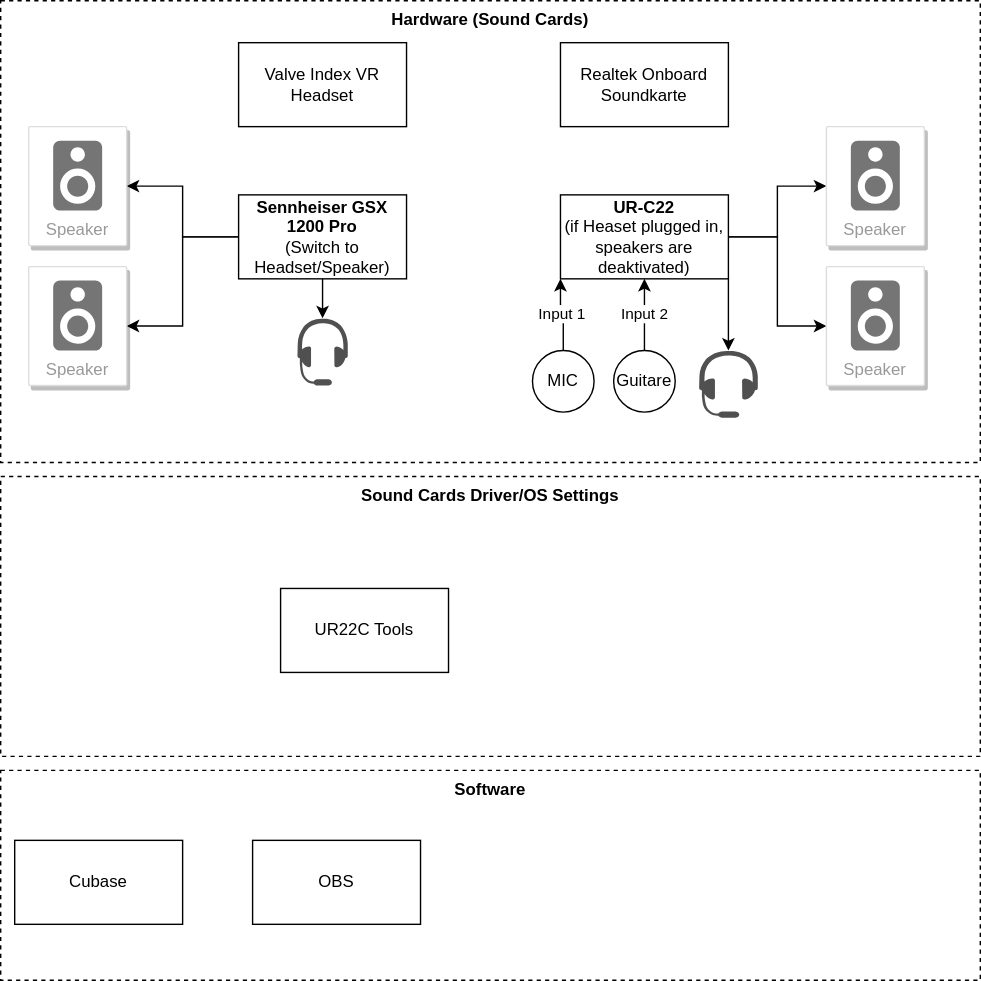
FullByte/FullByte.github.io keeps this draw.io diagram as docs/make/music/_pc-setup.drawio.svg. Above is the earlier version. Source tidied: cells renumbered, new cells last; positions are measured from the earlier drawing's top-left corner, leaving out a move shared by most shapes. Its diagram source:
```xml
<mxGraphModel>
  <root>
    <mxCell id="0" />
    <mxCell id="1" parent="0" />
    <mxCell id="2" value="Software" style="rounded=0;whiteSpace=wrap;html=1;dashed=1;verticalAlign=top;fontStyle=1;" parent="1" vertex="1">
      <mxGeometry y="550" width="700" height="150" as="geometry" />
    </mxCell>
    <mxCell id="3" value="Hardware (Sound Cards)" style="rounded=0;whiteSpace=wrap;html=1;dashed=1;verticalAlign=top;fontStyle=1;" parent="1" vertex="1">
      <mxGeometry width="700" height="330" as="geometry" />
    </mxCell>
    <mxCell id="4" style="edgeStyle=orthogonalEdgeStyle;rounded=0;jettySize=auto;html=1;entryX=0;entryY=0.5;entryDx=0;entryDy=0;" parent="1" edge="1" source="7" target="17">
      <mxGeometry relative="1" as="geometry" />
    </mxCell>
    <mxCell id="5" style="edgeStyle=orthogonalEdgeStyle;rounded=0;jettySize=auto;html=1;entryX=0;entryY=0.5;entryDx=0;entryDy=0;" parent="1" edge="1" source="7" target="19">
      <mxGeometry relative="1" as="geometry" />
    </mxCell>
    <mxCell id="6" style="edgeStyle=orthogonalEdgeStyle;rounded=0;jettySize=auto;html=1;exitX=1;exitY=1;exitDx=0;exitDy=0;" parent="1" edge="1" source="7" target="27">
      <mxGeometry relative="1" as="geometry" />
    </mxCell>
    <mxCell id="7" value="&lt;b&gt;UR-C22&lt;/b&gt;&lt;br&gt;(if Heaset plugged in, speakers are deaktivated)" style="rounded=0;whiteSpace=wrap;html=1;" parent="1" vertex="1">
      <mxGeometry x="400" y="138.8" width="120" height="60" as="geometry" />
    </mxCell>
    <mxCell id="8" style="edgeStyle=orthogonalEdgeStyle;rounded=0;jettySize=auto;html=1;entryX=1;entryY=0.5;entryDx=0;entryDy=0;" parent="1" edge="1" source="11" target="21">
      <mxGeometry relative="1" as="geometry" />
    </mxCell>
    <mxCell id="9" style="edgeStyle=orthogonalEdgeStyle;rounded=0;jettySize=auto;html=1;entryX=1;entryY=0.5;entryDx=0;entryDy=0;" parent="1" edge="1" source="11" target="23">
      <mxGeometry relative="1" as="geometry" />
    </mxCell>
    <mxCell id="10" style="edgeStyle=orthogonalEdgeStyle;rounded=0;jettySize=auto;html=1;" parent="1" edge="1" source="11" target="16">
      <mxGeometry relative="1" as="geometry" />
    </mxCell>
    <mxCell id="11" value="&lt;b&gt;Sennheiser GSX 1200 Pro&lt;/b&gt;&lt;br&gt;(Switch to Headset/Speaker)" style="rounded=0;whiteSpace=wrap;html=1;" parent="1" vertex="1">
      <mxGeometry x="170" y="138.8" width="120" height="60" as="geometry" />
    </mxCell>
    <mxCell id="12" value="Input 1" style="edgeStyle=orthogonalEdgeStyle;rounded=0;jettySize=auto;html=1;entryX=0;entryY=1;entryDx=0;entryDy=0;" parent="1" edge="1" source="13" target="7">
      <mxGeometry relative="1" as="geometry" />
    </mxCell>
    <mxCell id="13" value="MIC" style="ellipse;whiteSpace=wrap;html=1;" parent="1" vertex="1">
      <mxGeometry x="380" y="250" width="44" height="44" as="geometry" />
    </mxCell>
    <mxCell id="14" value="Input 2" style="edgeStyle=orthogonalEdgeStyle;rounded=0;jettySize=auto;html=1;entryX=0.5;entryY=1;entryDx=0;entryDy=0;" parent="1" edge="1" source="15" target="7">
      <mxGeometry relative="1" as="geometry" />
    </mxCell>
    <mxCell id="15" value="Guitare" style="ellipse;whiteSpace=wrap;html=1;" parent="1" vertex="1">
      <mxGeometry x="438" y="250" width="44" height="44" as="geometry" />
    </mxCell>
    <mxCell id="16" style="sketch=0;shadow=0;dashed=0;html=1;strokeColor=none;fillColor=#505050;labelPosition=center;verticalLabelPosition=bottom;verticalAlign=top;outlineConnect=0;align=center;shape=mxgraph.office.devices.headset;" parent="1" vertex="1">
      <mxGeometry x="212" y="227" width="36" height="48" as="geometry" />
    </mxCell>
    <mxCell id="17" value="Speaker" style="strokeColor=#dddddd;shadow=1;strokeWidth=1;rounded=1;absoluteArcSize=1;arcSize=2;labelPosition=center;verticalLabelPosition=middle;align=center;verticalAlign=bottom;spacingLeft=0;fontColor=#999999;fontSize=12;whiteSpace=wrap;spacingBottom=2;" parent="1" vertex="1">
      <mxGeometry x="590" y="190" width="70" height="85" as="geometry" />
    </mxCell>
    <mxCell id="18" style="sketch=0;dashed=0;html=1;fillColor=#757575;strokeColor=none;shape=mxgraph.gcp2.speaker;" parent="17" vertex="1">
      <mxGeometry x="0.5" width="35" height="50" relative="1" as="geometry">
        <mxPoint x="-17.5" y="10" as="offset" />
      </mxGeometry>
    </mxCell>
    <mxCell id="19" value="Speaker" style="strokeColor=#dddddd;shadow=1;strokeWidth=1;rounded=1;absoluteArcSize=1;arcSize=2;labelPosition=center;verticalLabelPosition=middle;align=center;verticalAlign=bottom;spacingLeft=0;fontColor=#999999;fontSize=12;whiteSpace=wrap;spacingBottom=2;" parent="1" vertex="1">
      <mxGeometry x="590" y="90" width="70" height="85" as="geometry" />
    </mxCell>
    <mxCell id="20" style="sketch=0;dashed=0;html=1;fillColor=#757575;strokeColor=none;shape=mxgraph.gcp2.speaker;" parent="19" vertex="1">
      <mxGeometry x="0.5" width="35" height="50" relative="1" as="geometry">
        <mxPoint x="-17.5" y="10" as="offset" />
      </mxGeometry>
    </mxCell>
    <mxCell id="21" value="Speaker" style="strokeColor=#dddddd;shadow=1;strokeWidth=1;rounded=1;absoluteArcSize=1;arcSize=2;labelPosition=center;verticalLabelPosition=middle;align=center;verticalAlign=bottom;spacingLeft=0;fontColor=#999999;fontSize=12;whiteSpace=wrap;spacingBottom=2;" parent="1" vertex="1">
      <mxGeometry x="20" y="190" width="70" height="85" as="geometry" />
    </mxCell>
    <mxCell id="22" style="sketch=0;dashed=0;html=1;fillColor=#757575;strokeColor=none;shape=mxgraph.gcp2.speaker;" parent="21" vertex="1">
      <mxGeometry x="0.5" width="35" height="50" relative="1" as="geometry">
        <mxPoint x="-17.5" y="10" as="offset" />
      </mxGeometry>
    </mxCell>
    <mxCell id="23" value="Speaker" style="strokeColor=#dddddd;shadow=1;strokeWidth=1;rounded=1;absoluteArcSize=1;arcSize=2;labelPosition=center;verticalLabelPosition=middle;align=center;verticalAlign=bottom;spacingLeft=0;fontColor=#999999;fontSize=12;whiteSpace=wrap;spacingBottom=2;" parent="1" vertex="1">
      <mxGeometry x="20" y="90" width="70" height="85" as="geometry" />
    </mxCell>
    <mxCell id="24" style="sketch=0;dashed=0;html=1;fillColor=#757575;strokeColor=none;shape=mxgraph.gcp2.speaker;" parent="23" vertex="1">
      <mxGeometry x="0.5" width="35" height="50" relative="1" as="geometry">
        <mxPoint x="-17.5" y="10" as="offset" />
      </mxGeometry>
    </mxCell>
    <mxCell id="25" value="Valve Index VR Headset" style="rounded=0;whiteSpace=wrap;html=1;" parent="1" vertex="1">
      <mxGeometry x="170" y="30" width="120" height="60" as="geometry" />
    </mxCell>
    <mxCell id="26" value="Realtek Onboard Soundkarte" style="rounded=0;whiteSpace=wrap;html=1;" parent="1" vertex="1">
      <mxGeometry x="400" y="30" width="120" height="60" as="geometry" />
    </mxCell>
    <mxCell id="27" style="sketch=0;shadow=0;dashed=0;html=1;strokeColor=none;fillColor=#505050;labelPosition=center;verticalLabelPosition=bottom;verticalAlign=top;outlineConnect=0;align=center;shape=mxgraph.office.devices.headset;" parent="1" vertex="1">
      <mxGeometry x="499" y="250" width="42" height="48" as="geometry" />
    </mxCell>
    <mxCell id="28" value="Cubase" style="rounded=0;whiteSpace=wrap;html=1;" parent="1" vertex="1">
      <mxGeometry x="10" y="600" width="120" height="60" as="geometry" />
    </mxCell>
    <mxCell id="29" value="OBS" style="rounded=0;whiteSpace=wrap;html=1;" parent="1" vertex="1">
      <mxGeometry x="180" y="600" width="120" height="60" as="geometry" />
    </mxCell>
    <mxCell id="30" value="Sound Cards Driver/OS Settings" style="rounded=0;whiteSpace=wrap;html=1;dashed=1;verticalAlign=top;fontStyle=1;" parent="1" vertex="1">
      <mxGeometry y="340" width="700" height="200" as="geometry" />
    </mxCell>
    <mxCell id="31" value="UR22C Tools" style="rounded=0;whiteSpace=wrap;html=1;" parent="1" vertex="1">
      <mxGeometry x="200" y="420" width="120" height="60" as="geometry" />
    </mxCell>
  </root>
</mxGraphModel>
```
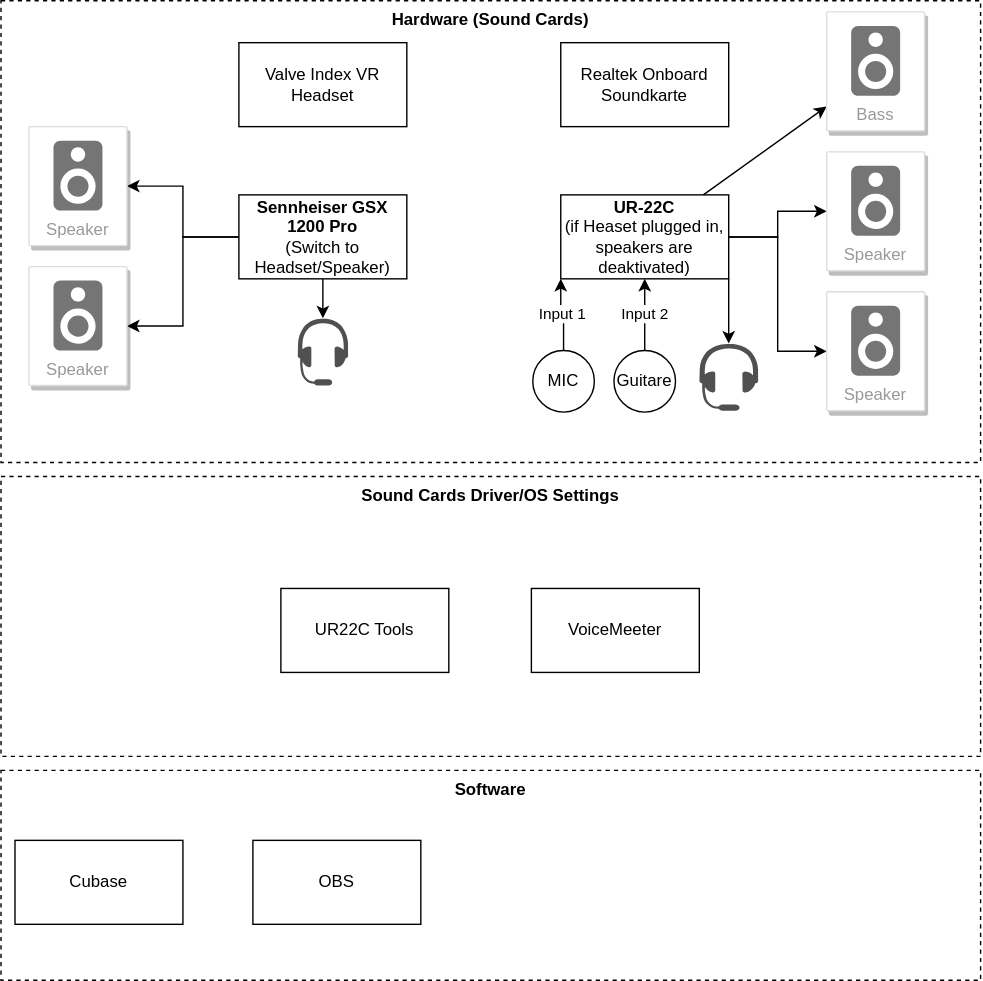
Above is the later version.

Diff of the diagram source:
```diff
@@ -17,7 +17,10 @@
     <mxCell id="6" style="edgeStyle=orthogonalEdgeStyle;rounded=0;jettySize=auto;html=1;exitX=1;exitY=1;exitDx=0;exitDy=0;" parent="1" edge="1" source="7" target="27">
       <mxGeometry relative="1" as="geometry" />
     </mxCell>
+    <mxCell id="32" style="edgeStyle=none;html=1;" parent="1" edge="1" source="7" target="33">
+      <mxGeometry relative="1" as="geometry" />
+    </mxCell>
-    <mxCell id="7" value="&lt;b&gt;UR-C22&lt;/b&gt;&lt;br&gt;(if Heaset plugged in, speakers are deaktivated)" style="rounded=0;whiteSpace=wrap;html=1;" parent="1" vertex="1">
+    <mxCell id="7" value="&lt;b&gt;UR-22C&lt;/b&gt;&lt;br&gt;(if Heaset plugged in, speakers are deaktivated)" style="rounded=0;whiteSpace=wrap;html=1;" parent="1" vertex="1">
       <mxGeometry x="400" y="138.8" width="120" height="60" as="geometry" />
     </mxCell>
     <mxCell id="8" style="edgeStyle=orthogonalEdgeStyle;rounded=0;jettySize=auto;html=1;entryX=1;entryY=0.5;entryDx=0;entryDy=0;" parent="1" edge="1" source="11" target="21">
@@ -48,7 +51,7 @@
       <mxGeometry x="212" y="227" width="36" height="48" as="geometry" />
     </mxCell>
     <mxCell id="17" value="Speaker" style="strokeColor=#dddddd;shadow=1;strokeWidth=1;rounded=1;absoluteArcSize=1;arcSize=2;labelPosition=center;verticalLabelPosition=middle;align=center;verticalAlign=bottom;spacingLeft=0;fontColor=#999999;fontSize=12;whiteSpace=wrap;spacingBottom=2;" parent="1" vertex="1">
-      <mxGeometry x="590" y="190" width="70" height="85" as="geometry" />
+      <mxGeometry x="590" y="208" width="70" height="85" as="geometry" />
     </mxCell>
     <mxCell id="18" style="sketch=0;dashed=0;html=1;fillColor=#757575;strokeColor=none;shape=mxgraph.gcp2.speaker;" parent="17" vertex="1">
       <mxGeometry x="0.5" width="35" height="50" relative="1" as="geometry">
@@ -56,7 +59,7 @@
       </mxGeometry>
     </mxCell>
     <mxCell id="19" value="Speaker" style="strokeColor=#dddddd;shadow=1;strokeWidth=1;rounded=1;absoluteArcSize=1;arcSize=2;labelPosition=center;verticalLabelPosition=middle;align=center;verticalAlign=bottom;spacingLeft=0;fontColor=#999999;fontSize=12;whiteSpace=wrap;spacingBottom=2;" parent="1" vertex="1">
-      <mxGeometry x="590" y="90" width="70" height="85" as="geometry" />
+      <mxGeometry x="590" y="108" width="70" height="85" as="geometry" />
     </mxCell>
     <mxCell id="20" style="sketch=0;dashed=0;html=1;fillColor=#757575;strokeColor=none;shape=mxgraph.gcp2.speaker;" parent="19" vertex="1">
       <mxGeometry x="0.5" width="35" height="50" relative="1" as="geometry">
@@ -86,7 +89,7 @@
       <mxGeometry x="400" y="30" width="120" height="60" as="geometry" />
     </mxCell>
     <mxCell id="27" style="sketch=0;shadow=0;dashed=0;html=1;strokeColor=none;fillColor=#505050;labelPosition=center;verticalLabelPosition=bottom;verticalAlign=top;outlineConnect=0;align=center;shape=mxgraph.office.devices.headset;" parent="1" vertex="1">
-      <mxGeometry x="499" y="250" width="42" height="48" as="geometry" />
+      <mxGeometry x="499" y="245" width="42" height="48" as="geometry" />
     </mxCell>
     <mxCell id="28" value="Cubase" style="rounded=0;whiteSpace=wrap;html=1;" parent="1" vertex="1">
       <mxGeometry x="10" y="600" width="120" height="60" as="geometry" />
@@ -100,5 +103,16 @@
     <mxCell id="31" value="UR22C Tools" style="rounded=0;whiteSpace=wrap;html=1;" parent="1" vertex="1">
       <mxGeometry x="200" y="420" width="120" height="60" as="geometry" />
     </mxCell>
+    <mxCell id="33" value="Bass" style="strokeColor=#dddddd;shadow=1;strokeWidth=1;rounded=1;absoluteArcSize=1;arcSize=2;labelPosition=center;verticalLabelPosition=middle;align=center;verticalAlign=bottom;spacingLeft=0;fontColor=#999999;fontSize=12;whiteSpace=wrap;spacingBottom=2;" parent="1" vertex="1">
+      <mxGeometry x="590" y="8" width="70" height="85" as="geometry" />
+    </mxCell>
+    <mxCell id="34" style="sketch=0;dashed=0;html=1;fillColor=#757575;strokeColor=none;shape=mxgraph.gcp2.speaker;" parent="33" vertex="1">
+      <mxGeometry x="0.5" width="35" height="50" relative="1" as="geometry">
+        <mxPoint x="-17.5" y="10" as="offset" />
+      </mxGeometry>
+    </mxCell>
+    <mxCell id="35" value="VoiceMeeter" style="rounded=0;whiteSpace=wrap;html=1;" parent="1" vertex="1">
+      <mxGeometry x="379" y="420" width="120" height="60" as="geometry" />
+    </mxCell>
   </root>
 </mxGraphModel>
```
